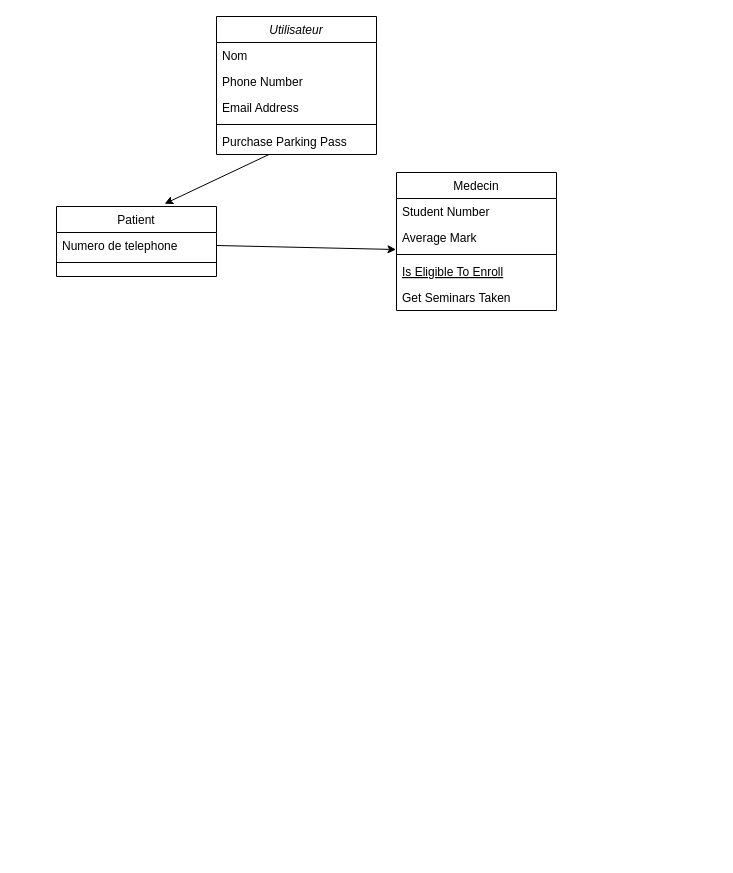
2023SMAGIR2A/Medical-Info-A keeps this draw.io diagram as Diagramme des classes.drawio. Above is the earlier version. Source tidied: cells renumbered, new cells numbered last; positions are measured from the earlier drawing's top-left corner, leaving out a move shared by most shapes. Both pictures are drawn from the tidied source at 100%, with x=0, y=0 at pixel (56, 16).
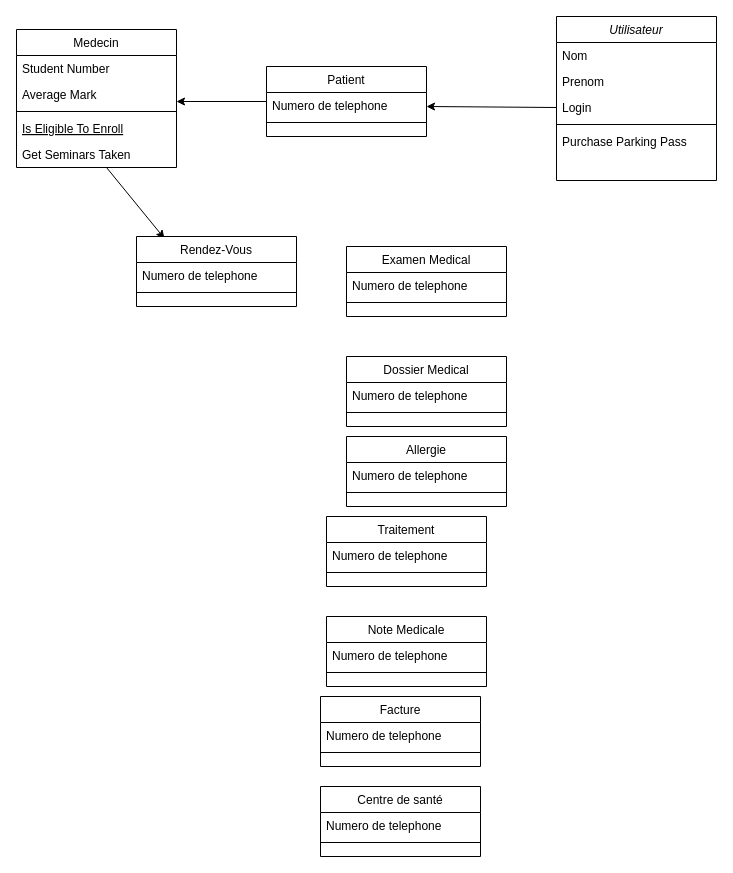
The same diagram, later.

Commit message:
Mettre à jour Diagramme des classes.drawio

The change refers to these unchanged cells:
```xml
<mxCell id="7" value="Purchase Parking Pass" style="text;align=left;verticalAlign=top;spacingLeft=4;spacingRight=4;overflow=hidden;points=[[0,0.5],[1,0.5]];portConstraint=eastwest;" parent="2" vertex="1">
  <mxGeometry y="112" width="160" height="26" as="geometry" />
</mxCell>
<mxCell id="10" value="Average Mark" style="text;align=left;verticalAlign=top;spacingLeft=4;spacingRight=4;overflow=hidden;points=[[0,0.5],[1,0.5]];portConstraint=eastwest;rounded=0;shadow=0;html=0;" parent="8" vertex="1">
  <mxGeometry y="52" width="160" height="26" as="geometry" />
</mxCell>
<mxCell id="15" value="Numero de telephone" style="text;align=left;verticalAlign=top;spacingLeft=4;spacingRight=4;overflow=hidden;points=[[0,0.5],[1,0.5]];portConstraint=eastwest;" parent="14" vertex="1">
  <mxGeometry y="26" width="160" height="26" as="geometry" />
</mxCell>
```

The edit, as a diff of the source:
```diff
@@
     <mxCell id="2" value="Utilisateur" style="swimlane;fontStyle=2;align=center;verticalAlign=top;horizontal=1;startSize=26;rounded=0;shadow=0;strokeWidth=1;" parent="1" vertex="1">
-      <mxGeometry x="160" width="160" height="138" as="geometry" />
+      <mxGeometry x="500" width="160" height="164" as="geometry" />
     </mxCell>
@@
-    <mxCell id="4" value="Phone Number" style="text;align=left;verticalAlign=top;spacingLeft=4;spacingRight=4;overflow=hidden;rounded=0;shadow=0;html=0;" parent="2" vertex="1">
+    <mxCell id="4" value="Prenom" style="text;align=left;verticalAlign=top;spacingLeft=4;spacingRight=4;overflow=hidden;rounded=0;shadow=0;html=0;" parent="2" vertex="1">
       <mxGeometry y="52" width="160" height="26" as="geometry" />
     </mxCell>
-    <mxCell id="5" value="Email Address" style="text;align=left;verticalAlign=top;spacingLeft=4;spacingRight=4;overflow=hidden;points=[[0,0.5],[1,0.5]];portConstraint=eastwest;rounded=0;shadow=0;html=0;" parent="2" vertex="1">
+    <mxCell id="5" value="Login" style="text;align=left;verticalAlign=top;spacingLeft=4;spacingRight=4;overflow=hidden;points=[[0,0.5],[1,0.5]];portConstraint=eastwest;rounded=0;shadow=0;html=0;" parent="2" vertex="1">
       <mxGeometry y="78" width="160" height="26" as="geometry" />
     </mxCell>
@@
     <mxCell id="8" value="Medecin" style="swimlane;fontStyle=0;align=center;verticalAlign=top;horizontal=1;startSize=26;rounded=0;shadow=0;strokeWidth=1;" parent="1" vertex="1">
-      <mxGeometry x="340" y="156" width="160" height="138" as="geometry" />
+      <mxGeometry x="-40" y="13" width="160" height="138" as="geometry" />
     </mxCell>
@@
+    <mxCell id="19" style="endArrow=classic;html=1;rounded=0;entryX=0.175;entryY=0.029;entryDx=0;entryDy=0;entryPerimeter=0;" parent="8" edge="1" target="22">
+      <mxGeometry relative="1" as="geometry">
+        <mxPoint x="90" y="138" as="sourcePoint" />
+      </mxGeometry>
+    </mxCell>
     <mxCell id="14" value="Patient" style="swimlane;fontStyle=0;align=center;verticalAlign=top;horizontal=1;startSize=26;rounded=0;shadow=0;strokeWidth=1;" parent="1" vertex="1">
-      <mxGeometry y="190" width="160" height="70" as="geometry" />
+      <mxGeometry x="210" y="50" width="160" height="70" as="geometry" />
     </mxCell>
@@
-    <mxCell id="17" style="endArrow=classic;html=1;rounded=0;entryX=0.676;entryY=-0.039;entryDx=0;entryDy=0;entryPerimeter=0;" parent="1" edge="1" source="7" target="14">
-      <mxGeometry relative="1" as="geometry" />
-    </mxCell>
-    <mxCell id="18" style="endArrow=classic;html=1;rounded=0;entryX=-0.003;entryY=0.962;entryDx=0;entryDy=0;entryPerimeter=0;exitX=1;exitY=0.5;exitDx=0;exitDy=0;" parent="1" edge="1" source="15" target="10">
-      <mxGeometry relative="1" as="geometry" />
-    </mxCell>
+    <mxCell id="20" style="endArrow=classic;html=1;rounded=0;exitX=0;exitY=0.5;exitDx=0;exitDy=0;" parent="1" edge="1" source="5">
+      <mxGeometry relative="1" as="geometry">
+        <mxPoint x="370" y="90" as="targetPoint" />
+      </mxGeometry>
+    </mxCell>
+    <mxCell id="21" style="endArrow=classic;html=1;rounded=0;" parent="1" edge="1">
+      <mxGeometry relative="1" as="geometry">
+        <mxPoint x="210" y="85" as="sourcePoint" />
+        <mxPoint x="120" y="85" as="targetPoint" />
+      </mxGeometry>
+    </mxCell>
+    <mxCell id="22" value="Rendez-Vous" style="swimlane;fontStyle=0;align=center;verticalAlign=top;horizontal=1;startSize=26;rounded=0;shadow=0;strokeWidth=1;" parent="1" vertex="1">
+      <mxGeometry x="80" y="220" width="160" height="70" as="geometry" />
+    </mxCell>
+    <mxCell id="23" value="Numero de telephone" style="text;align=left;verticalAlign=top;spacingLeft=4;spacingRight=4;overflow=hidden;" parent="22" vertex="1">
+      <mxGeometry y="26" width="160" height="26" as="geometry" />
+    </mxCell>
+    <mxCell id="24" style="line;html=1;strokeWidth=1;align=left;verticalAlign=middle;spacingTop=-1;spacingLeft=3;spacingRight=3;labelPosition=right;" parent="22" vertex="1">
+      <mxGeometry y="52" width="160" height="8" as="geometry" />
+    </mxCell>
+    <mxCell id="25" value="Centre de santé" style="swimlane;fontStyle=0;align=center;verticalAlign=top;horizontal=1;startSize=26;rounded=0;shadow=0;strokeWidth=1;" parent="1" vertex="1">
+      <mxGeometry x="264" y="770" width="160" height="70" as="geometry" />
+    </mxCell>
+    <mxCell id="26" value="Numero de telephone" style="text;align=left;verticalAlign=top;spacingLeft=4;spacingRight=4;overflow=hidden;" parent="25" vertex="1">
+      <mxGeometry y="26" width="160" height="26" as="geometry" />
+    </mxCell>
+    <mxCell id="27" style="line;html=1;strokeWidth=1;align=left;verticalAlign=middle;spacingTop=-1;spacingLeft=3;spacingRight=3;labelPosition=right;" parent="25" vertex="1">
+      <mxGeometry y="52" width="160" height="8" as="geometry" />
+    </mxCell>
+    <mxCell id="28" value="Facture" style="swimlane;fontStyle=0;align=center;verticalAlign=top;horizontal=1;startSize=26;rounded=0;shadow=0;strokeWidth=1;" parent="1" vertex="1">
+      <mxGeometry x="264" y="680" width="160" height="70" as="geometry" />
+    </mxCell>
+    <mxCell id="29" value="Numero de telephone" style="text;align=left;verticalAlign=top;spacingLeft=4;spacingRight=4;overflow=hidden;" parent="28" vertex="1">
+      <mxGeometry y="26" width="160" height="26" as="geometry" />
+    </mxCell>
+    <mxCell id="30" style="line;html=1;strokeWidth=1;align=left;verticalAlign=middle;spacingTop=-1;spacingLeft=3;spacingRight=3;labelPosition=right;" parent="28" vertex="1">
+      <mxGeometry y="52" width="160" height="8" as="geometry" />
+    </mxCell>
+    <mxCell id="31" value="Dossier Medical" style="swimlane;fontStyle=0;align=center;verticalAlign=top;horizontal=1;startSize=26;rounded=0;shadow=0;strokeWidth=1;" parent="1" vertex="1">
+      <mxGeometry x="290" y="340" width="160" height="70" as="geometry" />
+    </mxCell>
+    <mxCell id="32" value="Numero de telephone" style="text;align=left;verticalAlign=top;spacingLeft=4;spacingRight=4;overflow=hidden;" parent="31" vertex="1">
+      <mxGeometry y="26" width="160" height="26" as="geometry" />
+    </mxCell>
+    <mxCell id="33" style="line;html=1;strokeWidth=1;align=left;verticalAlign=middle;spacingTop=-1;spacingLeft=3;spacingRight=3;labelPosition=right;" parent="31" vertex="1">
+      <mxGeometry y="52" width="160" height="8" as="geometry" />
+    </mxCell>
+    <mxCell id="34" value="Note Medicale" style="swimlane;fontStyle=0;align=center;verticalAlign=top;horizontal=1;startSize=26;rounded=0;shadow=0;strokeWidth=1;" parent="1" vertex="1">
+      <mxGeometry x="270" y="600" width="160" height="70" as="geometry" />
+    </mxCell>
+    <mxCell id="35" value="Numero de telephone" style="text;align=left;verticalAlign=top;spacingLeft=4;spacingRight=4;overflow=hidden;" parent="34" vertex="1">
+      <mxGeometry y="26" width="160" height="26" as="geometry" />
+    </mxCell>
+    <mxCell id="36" style="line;html=1;strokeWidth=1;align=left;verticalAlign=middle;spacingTop=-1;spacingLeft=3;spacingRight=3;labelPosition=right;" parent="34" vertex="1">
+      <mxGeometry y="52" width="160" height="8" as="geometry" />
+    </mxCell>
+    <mxCell id="37" value="Traitement" style="swimlane;fontStyle=0;align=center;verticalAlign=top;horizontal=1;startSize=26;rounded=0;shadow=0;strokeWidth=1;" parent="1" vertex="1">
+      <mxGeometry x="270" y="500" width="160" height="70" as="geometry" />
+    </mxCell>
+    <mxCell id="38" value="Numero de telephone" style="text;align=left;verticalAlign=top;spacingLeft=4;spacingRight=4;overflow=hidden;" parent="37" vertex="1">
+      <mxGeometry y="26" width="160" height="26" as="geometry" />
+    </mxCell>
+    <mxCell id="39" style="line;html=1;strokeWidth=1;align=left;verticalAlign=middle;spacingTop=-1;spacingLeft=3;spacingRight=3;labelPosition=right;" parent="37" vertex="1">
+      <mxGeometry y="52" width="160" height="8" as="geometry" />
+    </mxCell>
+    <mxCell id="40" value="Allergie" style="swimlane;fontStyle=0;align=center;verticalAlign=top;horizontal=1;startSize=26;rounded=0;shadow=0;strokeWidth=1;" parent="1" vertex="1">
+      <mxGeometry x="290" y="420" width="160" height="70" as="geometry" />
+    </mxCell>
+    <mxCell id="41" value="Numero de telephone" style="text;align=left;verticalAlign=top;spacingLeft=4;spacingRight=4;overflow=hidden;" parent="40" vertex="1">
+      <mxGeometry y="26" width="160" height="26" as="geometry" />
+    </mxCell>
+    <mxCell id="42" style="line;html=1;strokeWidth=1;align=left;verticalAlign=middle;spacingTop=-1;spacingLeft=3;spacingRight=3;labelPosition=right;" parent="40" vertex="1">
+      <mxGeometry y="52" width="160" height="8" as="geometry" />
+    </mxCell>
+    <mxCell id="43" value="Examen Medical" style="swimlane;fontStyle=0;align=center;verticalAlign=top;horizontal=1;startSize=26;rounded=0;shadow=0;strokeWidth=1;" parent="1" vertex="1">
+      <mxGeometry x="290" y="230" width="160" height="70" as="geometry" />
+    </mxCell>
+    <mxCell id="44" value="Numero de telephone" style="text;align=left;verticalAlign=top;spacingLeft=4;spacingRight=4;overflow=hidden;" parent="43" vertex="1">
+      <mxGeometry y="26" width="160" height="26" as="geometry" />
+    </mxCell>
+    <mxCell id="45" style="line;html=1;strokeWidth=1;align=left;verticalAlign=middle;spacingTop=-1;spacingLeft=3;spacingRight=3;labelPosition=right;" parent="43" vertex="1">
+      <mxGeometry y="52" width="160" height="8" as="geometry" />
+    </mxCell>
```
